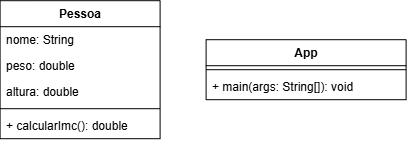
The draw.io diagram Unidade 1/Aula 1/Questao4/Assets/Diagram.png in andre8756/computer-science-furb, before a commit. Source tidied: cells renumbered, new cells last; positions are measured from the earlier drawing's top-left corner, leaving out a move shared by most shapes. The source it was exported from:
```xml
<mxGraphModel>
  <root>
    <mxCell id="0" />
    <mxCell id="1" parent="0" />
    <mxCell id="2" value="Pessoa" style="swimlane;fontStyle=1;align=center;verticalAlign=top;horizontal=1;startSize=26;whiteSpace=wrap;html=1;" parent="1" vertex="1">
      <mxGeometry width="160" height="138" as="geometry" />
    </mxCell>
    <mxCell id="3" value="nome: String" style="text;strokeColor=none;fillColor=none;align=left;verticalAlign=top;spacingLeft=4;spacingRight=4;overflow=hidden;whiteSpace=wrap;html=1;" parent="2" vertex="1">
      <mxGeometry y="26" width="160" height="26" as="geometry" />
    </mxCell>
    <mxCell id="4" value="peso: double" style="text;strokeColor=none;fillColor=none;align=left;verticalAlign=top;spacingLeft=4;spacingRight=4;overflow=hidden;whiteSpace=wrap;html=1;" parent="2" vertex="1">
      <mxGeometry y="52" width="160" height="26" as="geometry" />
    </mxCell>
    <mxCell id="5" value="altura: double" style="text;strokeColor=none;fillColor=none;align=left;verticalAlign=top;spacingLeft=4;spacingRight=4;overflow=hidden;whiteSpace=wrap;html=1;" parent="2" vertex="1">
      <mxGeometry y="78" width="160" height="26" as="geometry" />
    </mxCell>
    <mxCell id="6" style="line;strokeWidth=1;fillColor=none;align=left;verticalAlign=middle;spacingTop=-1;spacingLeft=3;spacingRight=3;labelPosition=right;strokeColor=inherit;" parent="2" vertex="1">
      <mxGeometry y="104" width="160" height="8" as="geometry" />
    </mxCell>
    <mxCell id="7" value="+ calcularImc(): double" style="text;strokeColor=none;fillColor=none;align=left;verticalAlign=top;spacingLeft=4;spacingRight=4;overflow=hidden;whiteSpace=wrap;html=1;" parent="2" vertex="1">
      <mxGeometry y="112" width="160" height="26" as="geometry" />
    </mxCell>
    <mxCell id="8" value="App" style="swimlane;fontStyle=1;align=center;verticalAlign=top;horizontal=1;startSize=26;whiteSpace=wrap;html=1;" parent="1" vertex="1">
      <mxGeometry x="206" y="39" width="200" height="60" as="geometry" />
    </mxCell>
    <mxCell id="9" style="line;strokeWidth=1;fillColor=none;align=left;verticalAlign=middle;spacingTop=-1;spacingLeft=3;spacingRight=3;labelPosition=right;strokeColor=inherit;" parent="8" vertex="1">
      <mxGeometry y="26" width="200" height="8" as="geometry" />
    </mxCell>
    <mxCell id="10" value="+ main(args: String[]): void" style="text;strokeColor=none;fillColor=none;align=left;verticalAlign=top;spacingLeft=4;spacingRight=4;overflow=hidden;whiteSpace=wrap;html=1;" parent="8" vertex="1">
      <mxGeometry y="34" width="200" height="26" as="geometry" />
    </mxCell>
  </root>
</mxGraphModel>
```
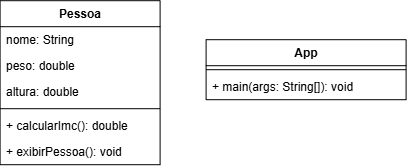
After the commit.

The edit, as a diff of the source:
```diff
@@ -3,7 +3,7 @@
     <mxCell id="0" />
     <mxCell id="1" parent="0" />
     <mxCell id="2" value="Pessoa" style="swimlane;fontStyle=1;align=center;verticalAlign=top;horizontal=1;startSize=26;whiteSpace=wrap;html=1;" parent="1" vertex="1">
-      <mxGeometry width="160" height="138" as="geometry" />
+      <mxGeometry width="160" height="164" as="geometry" />
     </mxCell>
     <mxCell id="3" value="nome: String" style="text;strokeColor=none;fillColor=none;align=left;verticalAlign=top;spacingLeft=4;spacingRight=4;overflow=hidden;whiteSpace=wrap;html=1;" parent="2" vertex="1">
       <mxGeometry y="26" width="160" height="26" as="geometry" />
@@ -20,6 +20,9 @@
     <mxCell id="7" value="+ calcularImc(): double" style="text;strokeColor=none;fillColor=none;align=left;verticalAlign=top;spacingLeft=4;spacingRight=4;overflow=hidden;whiteSpace=wrap;html=1;" parent="2" vertex="1">
       <mxGeometry y="112" width="160" height="26" as="geometry" />
     </mxCell>
+    <mxCell id="11" value="+ exibirPessoa(): void" style="text;strokeColor=none;fillColor=none;align=left;verticalAlign=top;spacingLeft=4;spacingRight=4;overflow=hidden;whiteSpace=wrap;html=1;" parent="2" vertex="1">
+      <mxGeometry y="138" width="160" height="26" as="geometry" />
+    </mxCell>
     <mxCell id="8" value="App" style="swimlane;fontStyle=1;align=center;verticalAlign=top;horizontal=1;startSize=26;whiteSpace=wrap;html=1;" parent="1" vertex="1">
       <mxGeometry x="206" y="39" width="200" height="60" as="geometry" />
     </mxCell>
```
